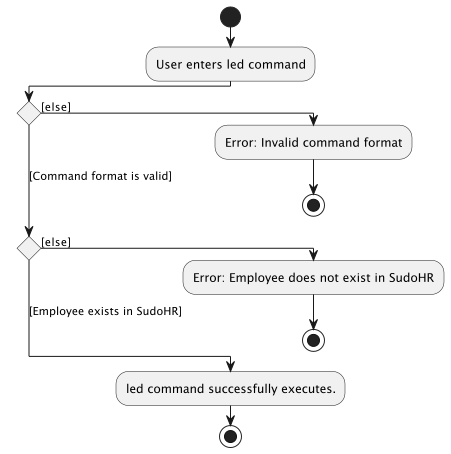
Before: docs/images/commands/department/ListEmployeeDepartmentActivityDiagram.png, a diagram exported from PlantUML (nus-cs2103-AY2223S2/tp). Its source is kept beside it as docs/diagrams/commands/department/ListEmployeeDepartmentActivityDiagram.puml. Its diagram source:
```plantuml
@startuml
!pragma useVerticalIf on
start
:User enters led command;
if () then ([else])
  :Error: Invalid command format;
  stop
([Command format is valid])elseif () then ([else])
  :Error: Employee does not exist in SudoHR;
   stop
 else ([Employee exists in SudoHR])
  :led command successfully executes.;
stop

@enduml
```
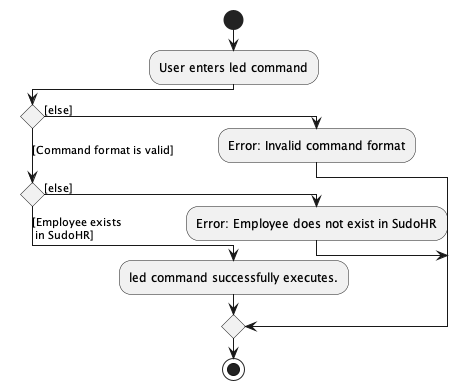
After the commit.

Change to the diagram source:
```diff
@@ -4,12 +4,12 @@
 :User enters led command;
 if () then ([else])
   :Error: Invalid command format;
-  stop
 ([Command format is valid])elseif () then ([else])
   :Error: Employee does not exist in SudoHR;
-   stop
- else ([Employee exists in SudoHR])
+ else ([Employee exists
+ in SudoHR])
   :led command successfully executes.;
+  endif
 stop
 
 @enduml
```
